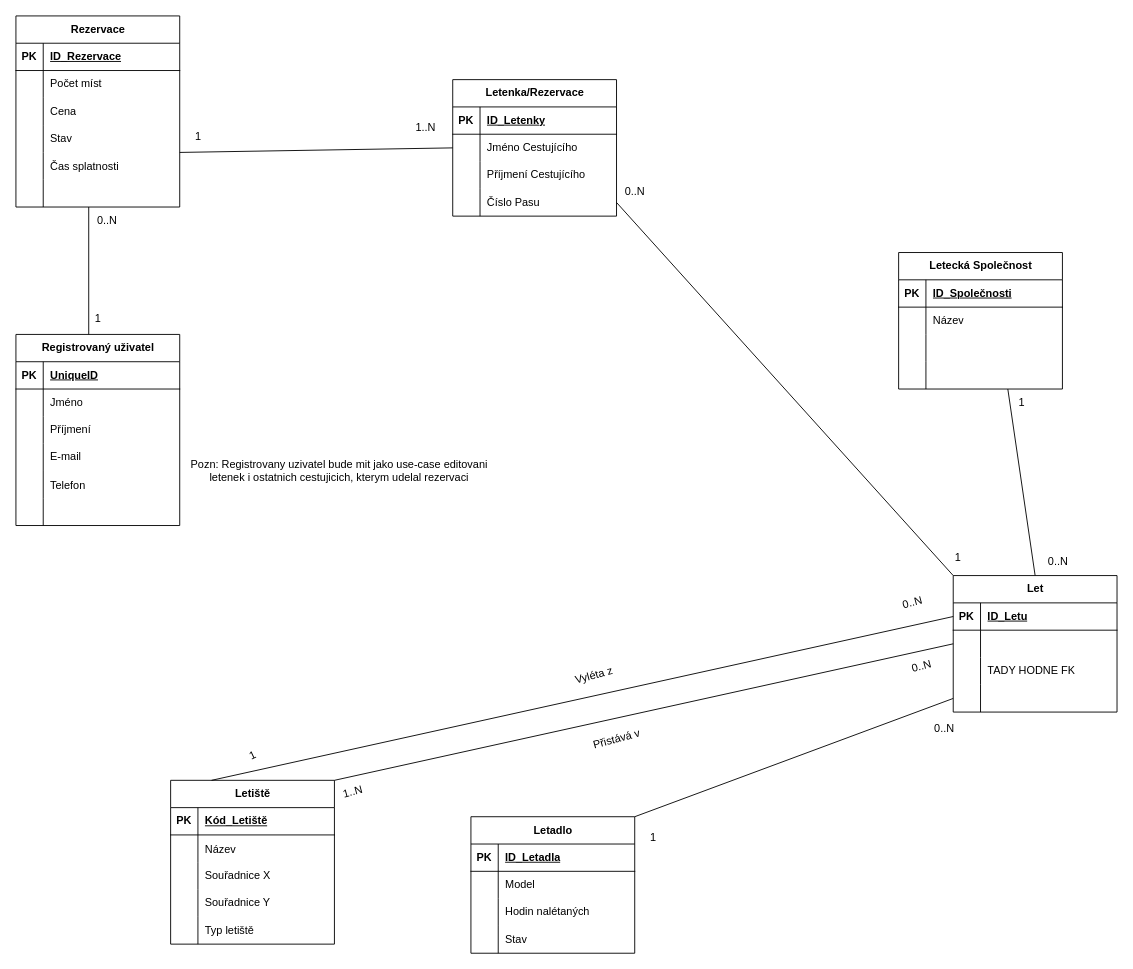
Vacko32/IDSProject keeps this draw.io diagram as ER.drawio. Above is the earlier version. Source tidied: cells renumbered, new cells numbered last; positions are measured from the earlier drawing's top-left corner, leaving out a move shared by most shapes. Both pictures are drawn from the tidied source at 91%, with x=0, y=0 at pixel (15, 15).
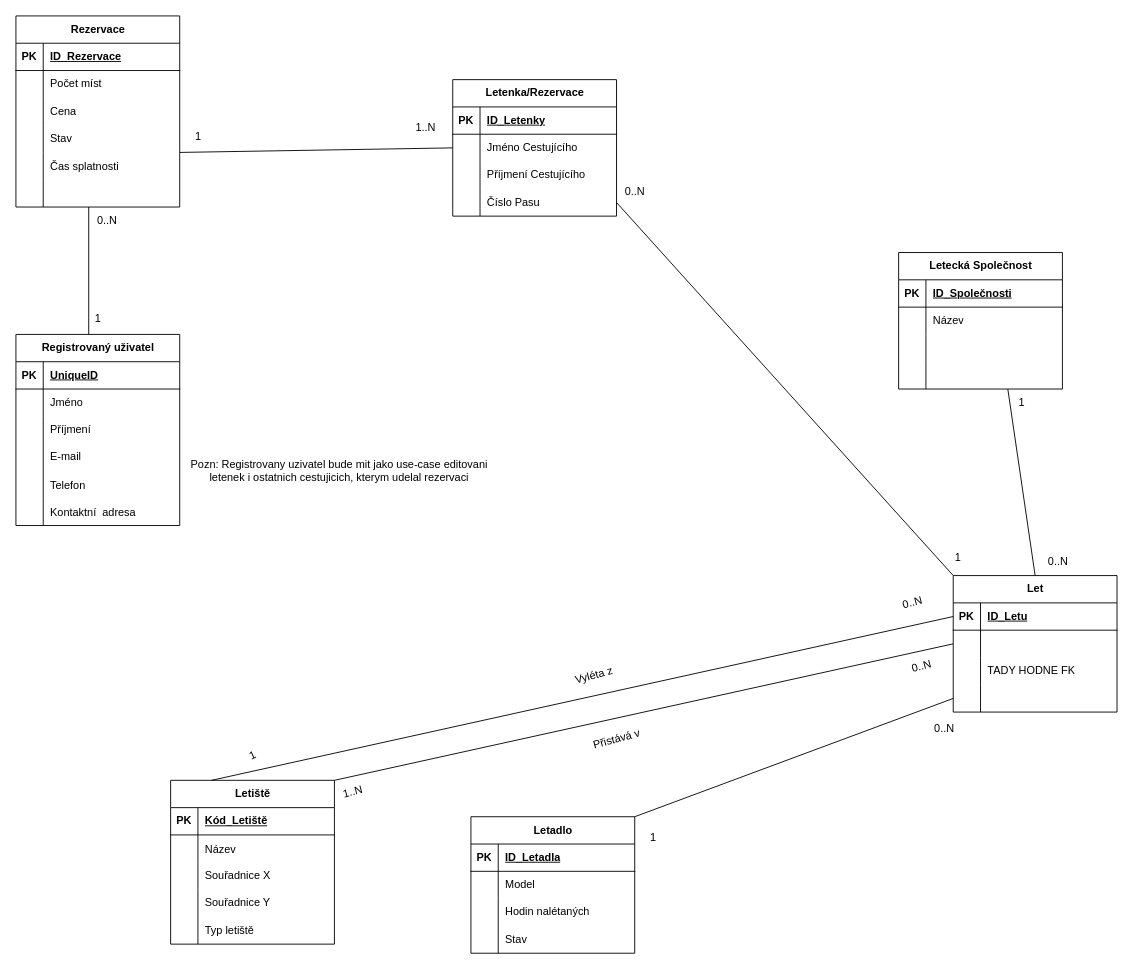
After the change.

Unchanged cells that the change refers to:
```xml
<mxCell id="110" style="shape=tableRow;horizontal=0;startSize=0;swimlaneHead=0;swimlaneBody=0;fillColor=none;top=0;left=0;right=0;bottom=0;" parent="94" vertex="1">
  <mxGeometry y="180" width="180" height="30" as="geometry" />
</mxCell>
```

The edit, as a diff of the source:
```diff
@@
-    <mxCell id="112" style="shape=partialRectangle;fillColor=none;top=0;left=0;bottom=0;right=0;align=left;spacingLeft=6;overflow=hidden;" parent="110" vertex="1">
+    <mxCell id="112" value="Kontaktní  adresa" style="shape=partialRectangle;fillColor=none;top=0;left=0;bottom=0;right=0;align=left;spacingLeft=6;overflow=hidden;" parent="110" vertex="1">
       <mxGeometry x="30" width="150" height="30" as="geometry" />
     </mxCell>
```
